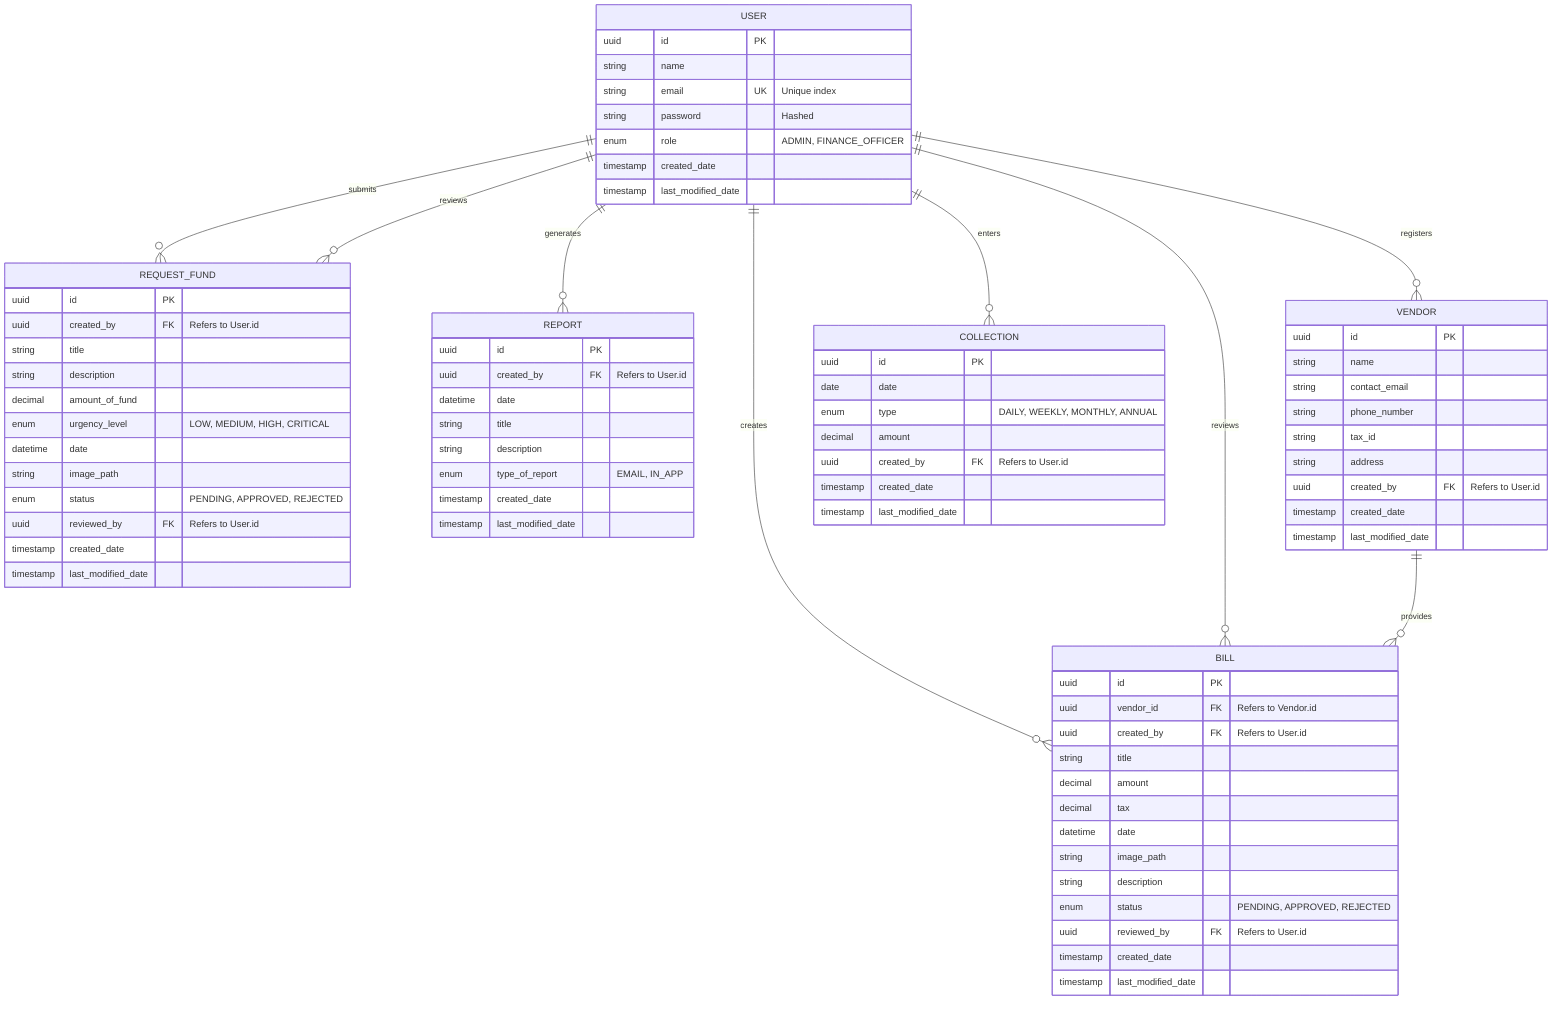
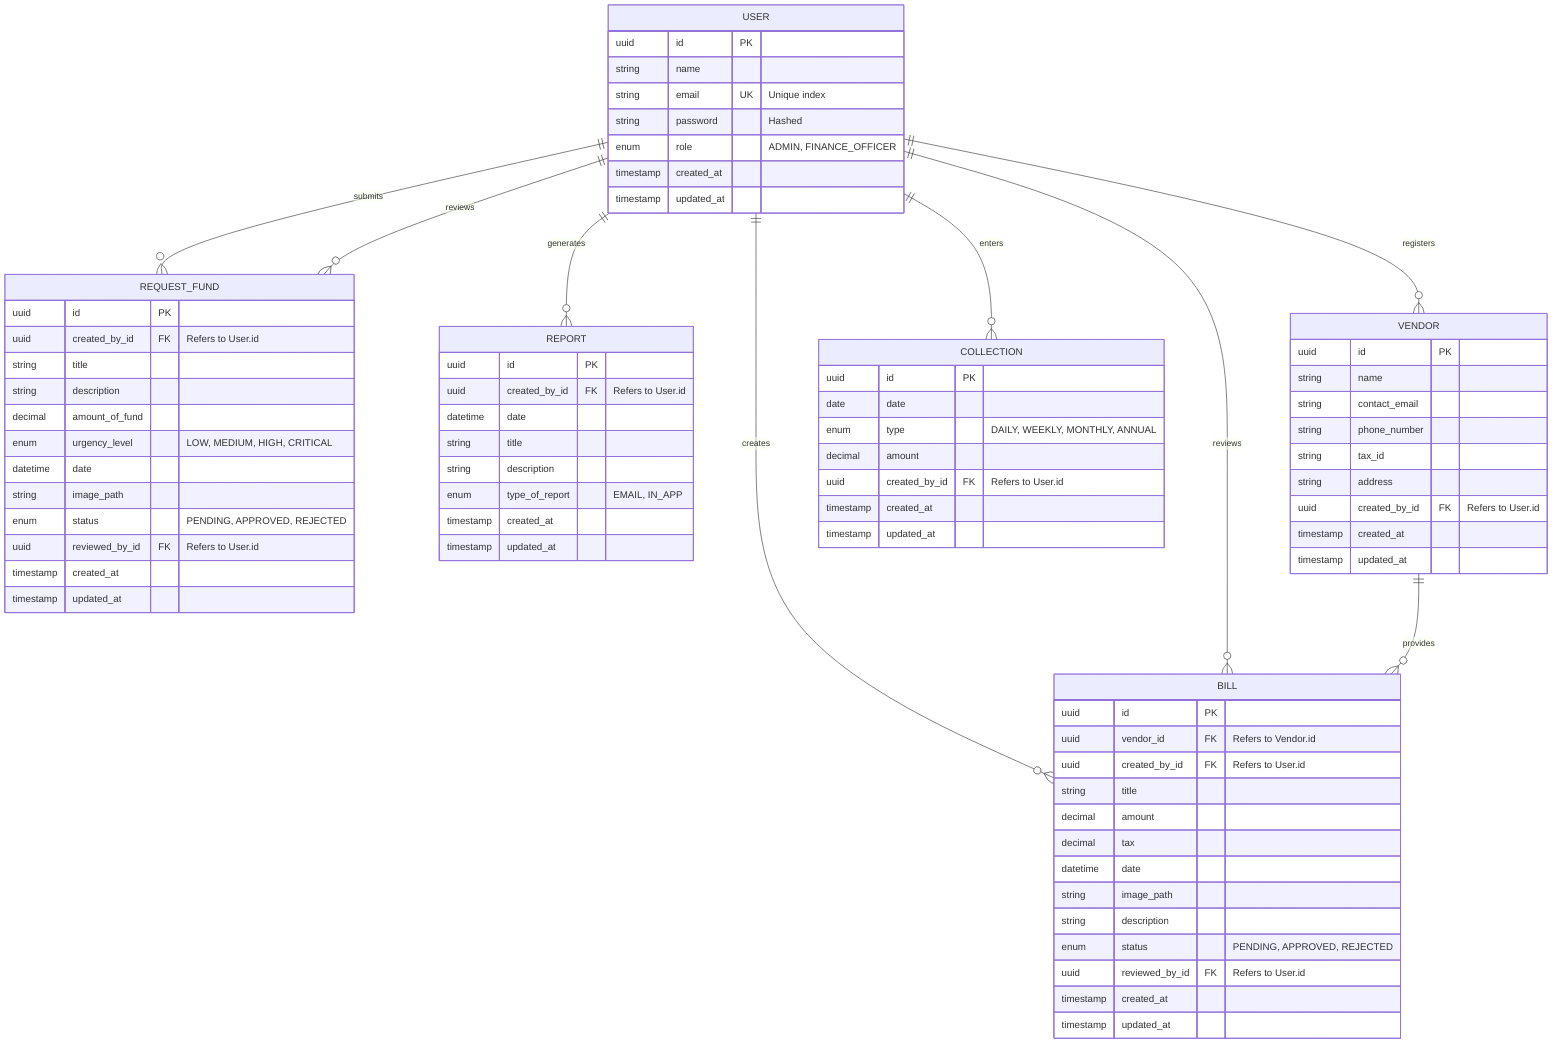
erDiagram
    %% Relationships
    USER ||--o{ BILL : "creates"
    USER ||--o{ REQUEST_FUND : "submits"
    USER ||--o{ REPORT : "generates"
    USER ||--o{ VENDOR : "registers"
    USER ||--o{ COLLECTION : "enters"
    USER ||--o{ BILL : "reviews"
    USER ||--o{ REQUEST_FUND : "reviews"
    VENDOR ||--o{ BILL : "provides"

    %% Tables
    USER {
        uuid id PK
        string name
        string email UK "Unique index"
        string password "Hashed"
        enum role "ADMIN, FINANCE_OFFICER"
-         timestamp created_date
-         timestamp last_modified_date
+         timestamp created_at
+         timestamp updated_at
    }

    VENDOR {
        uuid id PK
        string name
        string contact_email
        string phone_number
        string tax_id
        string address
-         uuid created_by FK "Refers to User.id"
-         timestamp created_date
-         timestamp last_modified_date
+         uuid created_by_id FK "Refers to User.id"
+         timestamp created_at
+         timestamp updated_at
    }

    BILL {
        uuid id PK
        uuid vendor_id FK "Refers to Vendor.id"
-         uuid created_by FK "Refers to User.id"
+         uuid created_by_id FK "Refers to User.id"
        string title
        decimal amount
        decimal tax
        datetime date
        string image_path
        string description
        enum status "PENDING, APPROVED, REJECTED"
-         uuid reviewed_by FK "Refers to User.id"
-         timestamp created_date
-         timestamp last_modified_date
+         uuid reviewed_by_id FK "Refers to User.id"
+         timestamp created_at
+         timestamp updated_at
    }

    REQUEST_FUND {
        uuid id PK
-         uuid created_by FK "Refers to User.id"
+         uuid created_by_id FK "Refers to User.id"
        string title
        string description
        decimal amount_of_fund
        enum urgency_level "LOW, MEDIUM, HIGH, CRITICAL"
        datetime date
        string image_path
        enum status "PENDING, APPROVED, REJECTED"
-         uuid reviewed_by FK "Refers to User.id"
-         timestamp created_date
-         timestamp last_modified_date
+         uuid reviewed_by_id FK "Refers to User.id"
+         timestamp created_at
+         timestamp updated_at
    }

    COLLECTION {
        uuid id PK
        date date
        enum type "DAILY, WEEKLY, MONTHLY, ANNUAL"
        decimal amount
-         uuid created_by FK "Refers to User.id"
-         timestamp created_date
-         timestamp last_modified_date
+         uuid created_by_id FK "Refers to User.id"
+         timestamp created_at
+         timestamp updated_at
    }

    REPORT {
        uuid id PK
-         uuid created_by FK "Refers to User.id"
+         uuid created_by_id FK "Refers to User.id"
        datetime date
        string title
        string description
        enum type_of_report "EMAIL, IN_APP"
-         timestamp created_date
-         timestamp last_modified_date
+         timestamp created_at
+         timestamp updated_at
    }
